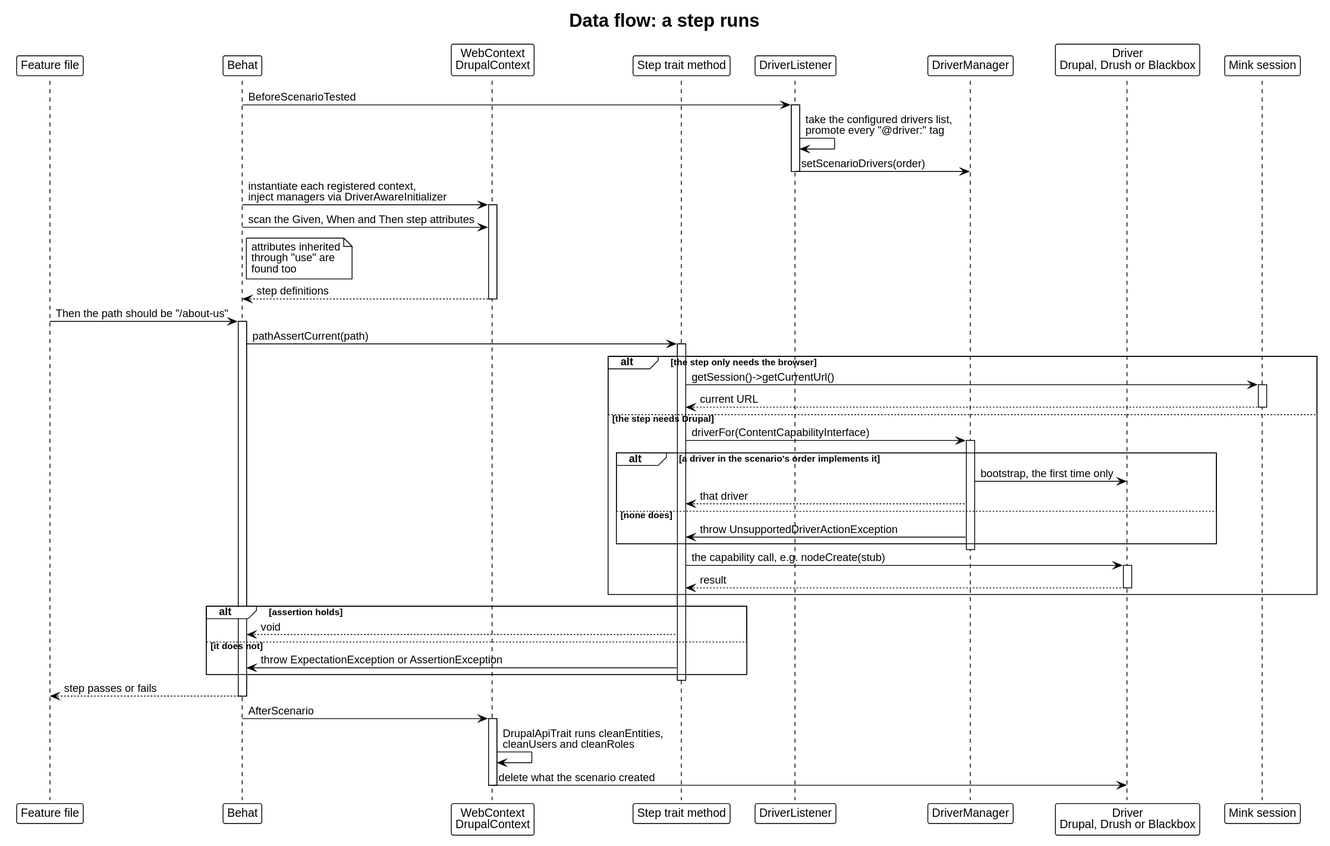
Earlier version of the PlantUML export docs/architecture/dataflow-step.svg (drevops/behat-steps).
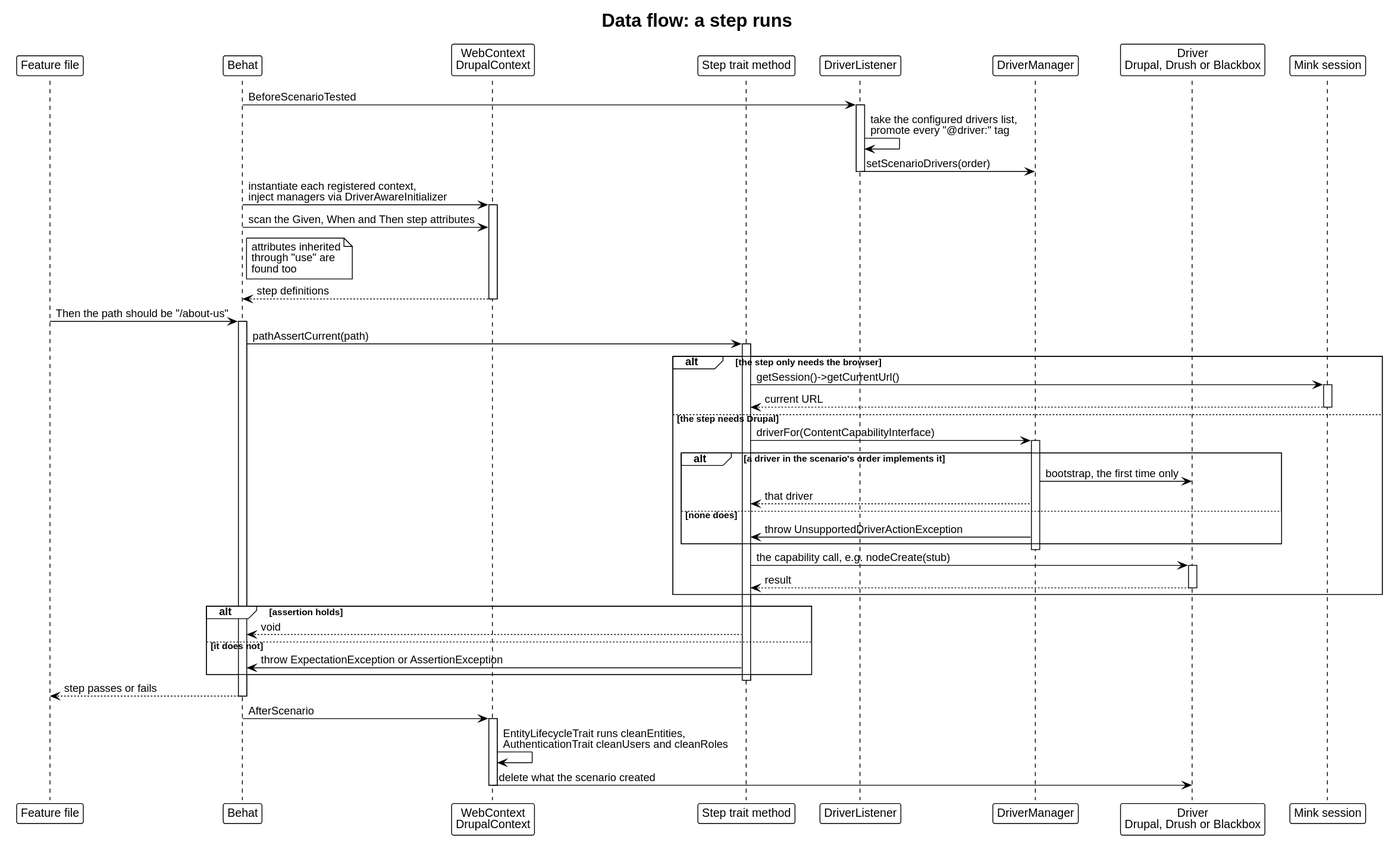
Above is the later version.

Change to the diagram source:
```diff
@@ -65,7 +65,7 @@
 
 Behat -> Ctx: AfterScenario
 activate Ctx
-Ctx -> Ctx: DrupalApiTrait runs cleanEntities,\ncleanUsers and cleanRoles
+Ctx -> Ctx: EntityLifecycleTrait runs cleanEntities,\nAuthenticationTrait cleanUsers and cleanRoles
 Ctx -> Driver: delete what the scenario created
 deactivate Ctx
 @enduml
```
